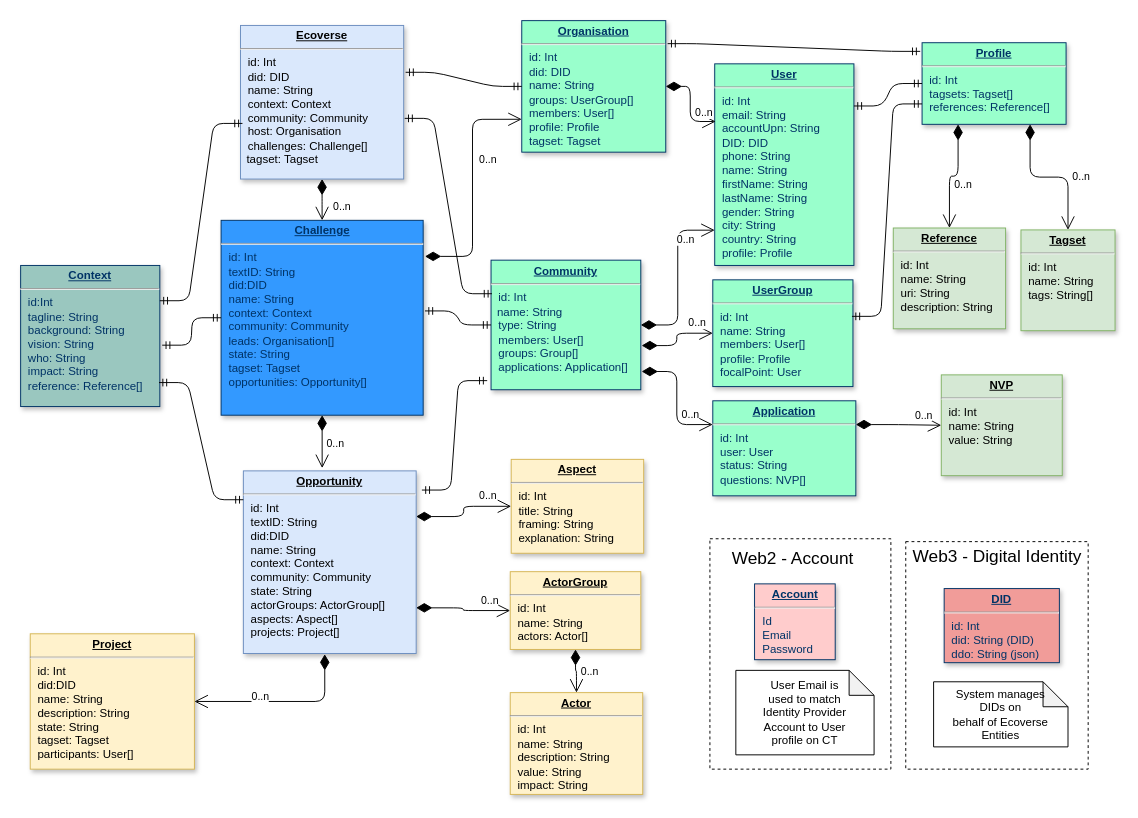
Above: docs/diagrams/LogicalDataModel.drawio in alkem-io/alkemio (draw.io), before the change. Source tidied: cells renumbered, new cells numbered last; positions are measured from the earlier drawing's top-left corner, leaving out a move shared by most shapes. Both pictures are drawn from the tidied source at 96%, with x=0, y=0 at pixel (20, 20).
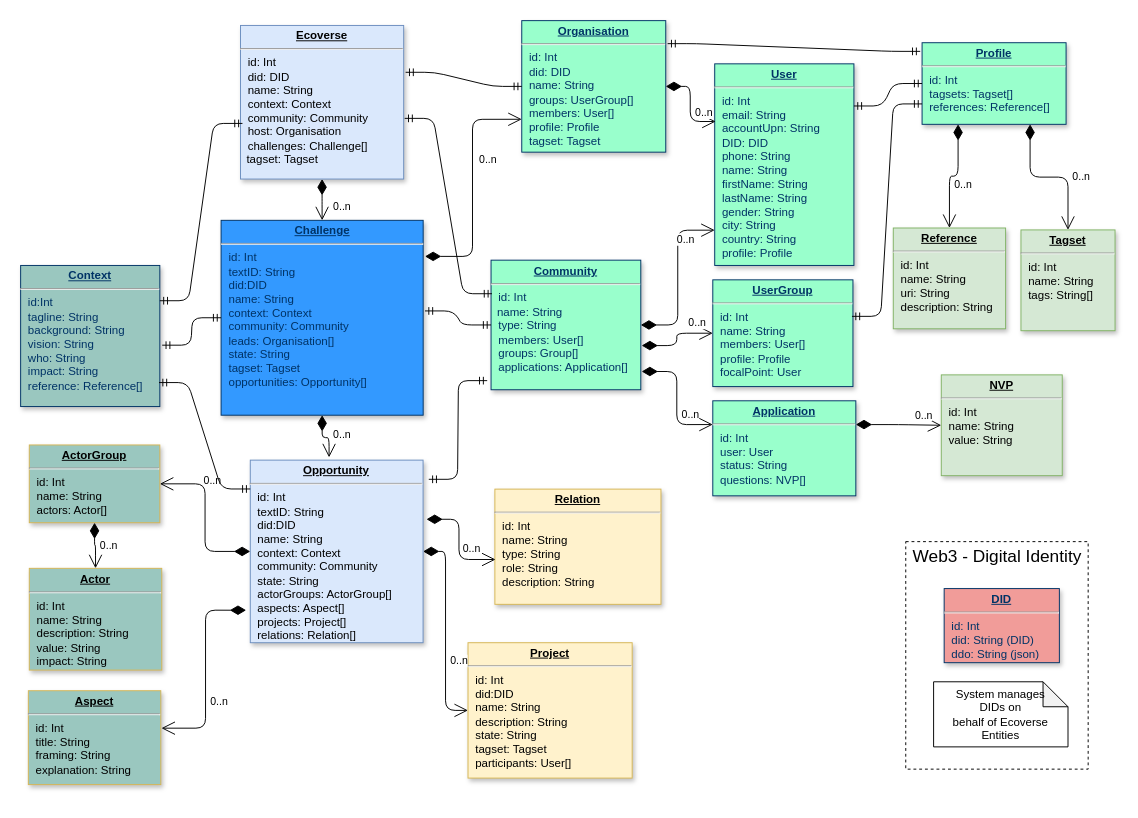
The same diagram, later.

The edit, as a diff of the source:
```diff
@@
-    <mxCell id="3" style="rounded=0;whiteSpace=wrap;html=1;dashed=1;" parent="1" vertex="1">
-      <mxGeometry x="718" y="539.7" width="188.5" height="240" as="geometry" />
-    </mxCell>
@@
     <mxCell id="5" value="&lt;p style=&quot;margin: 0px ; margin-top: 4px ; text-align: center ; text-decoration: underline&quot;&gt;&lt;strong&gt;Project&lt;/strong&gt;&lt;/p&gt;&lt;hr&gt;&lt;p style=&quot;margin: 0px ; margin-left: 8px&quot;&gt;id: Int&lt;/p&gt;&lt;p style=&quot;margin: 0px ; margin-left: 8px&quot;&gt;did:DID&lt;/p&gt;&lt;p style=&quot;margin: 0px ; margin-left: 8px&quot;&gt;name: String&lt;/p&gt;&lt;p style=&quot;margin: 0px ; margin-left: 8px&quot;&gt;description: String&lt;/p&gt;&lt;p style=&quot;margin: 0px ; margin-left: 8px&quot;&gt;state: String&lt;/p&gt;&lt;p style=&quot;margin: 0px ; margin-left: 8px&quot;&gt;tagset: Tagset&lt;br&gt;&lt;/p&gt;&lt;p style=&quot;margin: 0px ; margin-left: 8px&quot;&gt;participants: User[]&lt;/p&gt;" style="verticalAlign=top;align=left;overflow=fill;fontSize=12;fontFamily=Helvetica;html=1;strokeColor=#d6b656;shadow=1;fillColor=#fff2cc;" parent="1" vertex="1">
-      <mxGeometry x="10" y="638.7" width="171" height="141" as="geometry" />
+      <mxGeometry x="466" y="648" width="171" height="141" as="geometry" />
     </mxCell>
@@
-    <mxCell id="8" value="&lt;p style=&quot;margin: 0px ; margin-top: 4px ; text-align: center ; text-decoration: underline&quot;&gt;&lt;b&gt;Account&lt;/b&gt;&lt;/p&gt;&lt;hr&gt;&lt;p style=&quot;margin: 0px ; margin-left: 8px&quot;&gt;Id&lt;/p&gt;&lt;p style=&quot;margin: 0px ; margin-left: 8px&quot;&gt;Email&lt;/p&gt;&lt;p style=&quot;margin: 0px ; margin-left: 8px&quot;&gt;Password&lt;/p&gt;" style="verticalAlign=top;align=left;overflow=fill;fontSize=12;fontFamily=Helvetica;html=1;strokeColor=#003366;shadow=1;fillColor=#FFCCCC;fontColor=#003366;" parent="1" vertex="1">
-      <mxGeometry x="764.5" y="586.7" width="84" height="79" as="geometry" />
-    </mxCell>
@@
-    <mxCell id="16" value="0..n" style="endArrow=open;html=1;endSize=12;startArrow=diamondThin;startSize=14;startFill=1;edgeStyle=orthogonalEdgeStyle;align=left;verticalAlign=bottom;strokeWidth=1;exitX=0.471;exitY=1.004;exitDx=0;exitDy=0;exitPerimeter=0;" parent="1" edge="1" source="20" target="5">
+    <mxCell id="16" value="0..n" style="endArrow=open;html=1;endSize=12;startArrow=diamondThin;startSize=14;startFill=1;edgeStyle=orthogonalEdgeStyle;align=left;verticalAlign=bottom;strokeWidth=1;" parent="1" edge="1" source="20" target="5">
       <mxGeometry x="0.37" y="3" relative="1" as="geometry">
         <mxPoint y="1" as="offset" />
       </mxGeometry>
     </mxCell>
@@
-    <mxCell id="18" value="User Email is &lt;br&gt;used&amp;nbsp;to match &lt;br&gt;Identity Provider &lt;br&gt;Account to User &lt;br&gt;profile on CT" style="shape=note;whiteSpace=wrap;html=1;backgroundOutline=1;darkOpacity=0.05;size=26;" parent="1" vertex="1">
-      <mxGeometry x="745" y="676.8" width="144" height="88" as="geometry" />
-    </mxCell>
@@
-    <mxCell id="20" value="&lt;p style=&quot;margin: 0px ; margin-top: 4px ; text-align: center ; text-decoration: underline&quot;&gt;&lt;strong&gt;Opportunity&lt;/strong&gt;&lt;/p&gt;&lt;hr&gt;&lt;p style=&quot;margin: 0px ; margin-left: 8px&quot;&gt;id: Int&lt;/p&gt;&lt;p style=&quot;margin: 0px ; margin-left: 8px&quot;&gt;textID: String&lt;/p&gt;&lt;p style=&quot;margin: 0px ; margin-left: 8px&quot;&gt;did:DID&lt;/p&gt;&lt;p style=&quot;margin: 0px ; margin-left: 8px&quot;&gt;name: String&lt;/p&gt;&lt;p style=&quot;margin: 0px ; margin-left: 8px&quot;&gt;context: Context&lt;/p&gt;&lt;p style=&quot;margin: 0px ; margin-left: 8px&quot;&gt;community: Community&lt;/p&gt;&lt;p style=&quot;margin: 0px ; margin-left: 8px&quot;&gt;state: String&lt;/p&gt;&lt;p style=&quot;margin: 0px ; margin-left: 8px&quot;&gt;actorGroups: ActorGroup[]&lt;/p&gt;&lt;p style=&quot;margin: 0px ; margin-left: 8px&quot;&gt;&lt;span&gt;aspects: Aspect[]&lt;/span&gt;&lt;/p&gt;&lt;p style=&quot;margin: 0px ; margin-left: 8px&quot;&gt;&lt;span&gt;projects: Project[]&lt;/span&gt;&lt;/p&gt;" style="verticalAlign=top;align=left;overflow=fill;fontSize=12;fontFamily=Helvetica;html=1;strokeColor=#6c8ebf;shadow=1;fillColor=#dae8fc;" parent="1" vertex="1">
-      <mxGeometry x="232" y="469" width="180" height="190.2" as="geometry" />
+    <mxCell id="20" value="&lt;p style=&quot;margin: 0px ; margin-top: 4px ; text-align: center ; text-decoration: underline&quot;&gt;&lt;strong&gt;Opportunity&lt;/strong&gt;&lt;/p&gt;&lt;hr&gt;&lt;p style=&quot;margin: 0px ; margin-left: 8px&quot;&gt;id: Int&lt;/p&gt;&lt;p style=&quot;margin: 0px ; margin-left: 8px&quot;&gt;textID: String&lt;/p&gt;&lt;p style=&quot;margin: 0px ; margin-left: 8px&quot;&gt;did:DID&lt;/p&gt;&lt;p style=&quot;margin: 0px ; margin-left: 8px&quot;&gt;name: String&lt;/p&gt;&lt;p style=&quot;margin: 0px ; margin-left: 8px&quot;&gt;context: Context&lt;/p&gt;&lt;p style=&quot;margin: 0px ; margin-left: 8px&quot;&gt;community: Community&lt;/p&gt;&lt;p style=&quot;margin: 0px ; margin-left: 8px&quot;&gt;state: String&lt;/p&gt;&lt;p style=&quot;margin: 0px ; margin-left: 8px&quot;&gt;actorGroups: ActorGroup[]&lt;/p&gt;&lt;p style=&quot;margin: 0px ; margin-left: 8px&quot;&gt;&lt;span&gt;aspects: Aspect[]&lt;/span&gt;&lt;/p&gt;&lt;p style=&quot;margin: 0px ; margin-left: 8px&quot;&gt;&lt;span&gt;projects: Project[]&lt;/span&gt;&lt;/p&gt;&lt;p style=&quot;margin: 0px ; margin-left: 8px&quot;&gt;&lt;span&gt;relations: Relation[]&lt;/span&gt;&lt;/p&gt;" style="verticalAlign=top;align=left;overflow=fill;fontSize=12;fontFamily=Helvetica;html=1;strokeColor=#6c8ebf;shadow=1;fillColor=#dae8fc;" parent="1" vertex="1">
+      <mxGeometry x="239.2" y="457.8" width="180" height="190.2" as="geometry" />
     </mxCell>
-    <mxCell id="21" value="&lt;font style=&quot;font-size: 18px&quot;&gt;Web2 - Account&lt;/font&gt;" style="text;html=1;strokeColor=none;fillColor=none;align=center;verticalAlign=middle;whiteSpace=wrap;rounded=0;" parent="1" vertex="1">
-      <mxGeometry x="711" y="550.5" width="187" height="20" as="geometry" />
-    </mxCell>
@@
-    <mxCell id="28" value="&lt;p style=&quot;margin: 0px ; margin-top: 4px ; text-align: center ; text-decoration: underline&quot;&gt;&lt;strong&gt;ActorGroup&lt;/strong&gt;&lt;/p&gt;&lt;hr&gt;&lt;p style=&quot;margin: 0px ; margin-left: 8px&quot;&gt;id: Int&lt;/p&gt;&lt;p style=&quot;margin: 0px ; margin-left: 8px&quot;&gt;name: String&lt;/p&gt;&lt;p style=&quot;margin: 0px ; margin-left: 8px&quot;&gt;actors: Actor[]&lt;/p&gt;" style="verticalAlign=top;align=left;overflow=fill;fontSize=12;fontFamily=Helvetica;html=1;strokeColor=#d6b656;shadow=1;fillColor=#fff2cc;" parent="1" vertex="1">
-      <mxGeometry x="510" y="574" width="136" height="81" as="geometry" />
+    <mxCell id="28" value="&lt;p style=&quot;margin: 0px ; margin-top: 4px ; text-align: center ; text-decoration: underline&quot;&gt;&lt;strong&gt;ActorGroup&lt;/strong&gt;&lt;/p&gt;&lt;hr&gt;&lt;p style=&quot;margin: 0px ; margin-left: 8px&quot;&gt;id: Int&lt;/p&gt;&lt;p style=&quot;margin: 0px ; margin-left: 8px&quot;&gt;name: String&lt;/p&gt;&lt;p style=&quot;margin: 0px ; margin-left: 8px&quot;&gt;actors: Actor[]&lt;/p&gt;" style="verticalAlign=top;align=left;overflow=fill;fontSize=12;fontFamily=Helvetica;html=1;strokeColor=#d6b656;shadow=1;fillColor=#9AC7BF;" parent="1" vertex="1">
+      <mxGeometry x="9" y="442" width="136" height="81" as="geometry" />
     </mxCell>
-    <mxCell id="29" value="&lt;p style=&quot;margin: 0px ; margin-top: 4px ; text-align: center ; text-decoration: underline&quot;&gt;&lt;strong&gt;Actor&lt;/strong&gt;&lt;/p&gt;&lt;hr&gt;&lt;p style=&quot;margin: 0px ; margin-left: 8px&quot;&gt;id: Int&lt;/p&gt;&lt;p style=&quot;margin: 0px ; margin-left: 8px&quot;&gt;name: String&lt;/p&gt;&lt;p style=&quot;margin: 0px ; margin-left: 8px&quot;&gt;description: String&lt;/p&gt;&lt;p style=&quot;margin: 0px ; margin-left: 8px&quot;&gt;value: String&lt;/p&gt;&lt;p style=&quot;margin: 0px ; margin-left: 8px&quot;&gt;impact: String&lt;/p&gt;" style="verticalAlign=top;align=left;overflow=fill;fontSize=12;fontFamily=Helvetica;html=1;strokeColor=#d6b656;shadow=1;fillColor=#fff2cc;" parent="1" vertex="1">
-      <mxGeometry x="510" y="700" width="138" height="106" as="geometry" />
+    <mxCell id="29" value="&lt;p style=&quot;margin: 0px ; margin-top: 4px ; text-align: center ; text-decoration: underline&quot;&gt;&lt;strong&gt;Actor&lt;/strong&gt;&lt;/p&gt;&lt;hr&gt;&lt;p style=&quot;margin: 0px ; margin-left: 8px&quot;&gt;id: Int&lt;/p&gt;&lt;p style=&quot;margin: 0px ; margin-left: 8px&quot;&gt;name: String&lt;/p&gt;&lt;p style=&quot;margin: 0px ; margin-left: 8px&quot;&gt;description: String&lt;/p&gt;&lt;p style=&quot;margin: 0px ; margin-left: 8px&quot;&gt;value: String&lt;/p&gt;&lt;p style=&quot;margin: 0px ; margin-left: 8px&quot;&gt;impact: String&lt;/p&gt;" style="verticalAlign=top;align=left;overflow=fill;fontSize=12;fontFamily=Helvetica;html=1;strokeColor=#d6b656;shadow=1;fillColor=#9AC7BF;" parent="1" vertex="1">
+      <mxGeometry x="9" y="570.5" width="138" height="106" as="geometry" />
     </mxCell>
@@
-    <mxCell id="31" value="&lt;p style=&quot;margin: 0px ; margin-top: 4px ; text-align: center ; text-decoration: underline&quot;&gt;&lt;strong&gt;Aspect&lt;/strong&gt;&lt;/p&gt;&lt;hr&gt;&lt;p style=&quot;margin: 0px ; margin-left: 8px&quot;&gt;id: Int&lt;/p&gt;&lt;p style=&quot;margin: 0px ; margin-left: 8px&quot;&gt;title: String&lt;/p&gt;&lt;p style=&quot;margin: 0px ; margin-left: 8px&quot;&gt;framing: String&lt;/p&gt;&lt;p style=&quot;margin: 0px ; margin-left: 8px&quot;&gt;explanation: String&lt;br&gt;&lt;/p&gt;" style="verticalAlign=top;align=left;overflow=fill;fontSize=12;fontFamily=Helvetica;html=1;strokeColor=#d6b656;shadow=1;fillColor=#fff2cc;" parent="1" vertex="1">
-      <mxGeometry x="511" y="457" width="138" height="97.8" as="geometry" />
+    <mxCell id="31" value="&lt;p style=&quot;margin: 0px ; margin-top: 4px ; text-align: center ; text-decoration: underline&quot;&gt;&lt;strong&gt;Aspect&lt;/strong&gt;&lt;/p&gt;&lt;hr&gt;&lt;p style=&quot;margin: 0px ; margin-left: 8px&quot;&gt;id: Int&lt;/p&gt;&lt;p style=&quot;margin: 0px ; margin-left: 8px&quot;&gt;title: String&lt;/p&gt;&lt;p style=&quot;margin: 0px ; margin-left: 8px&quot;&gt;framing: String&lt;/p&gt;&lt;p style=&quot;margin: 0px ; margin-left: 8px&quot;&gt;explanation: String&lt;br&gt;&lt;/p&gt;" style="verticalAlign=top;align=left;overflow=fill;fontSize=12;fontFamily=Helvetica;html=1;strokeColor=#d6b656;shadow=1;fillColor=#9AC7BF;" parent="1" vertex="1">
+      <mxGeometry x="8" y="698" width="138" height="97.8" as="geometry" />
     </mxCell>
-    <mxCell id="32" value="0..n" style="endArrow=open;html=1;endSize=12;startArrow=diamondThin;startSize=14;startFill=1;edgeStyle=orthogonalEdgeStyle;align=left;verticalAlign=bottom;strokeWidth=1;exitX=1;exitY=0.75;exitDx=0;exitDy=0;" parent="1" edge="1" source="20" target="28">
+    <mxCell id="32" value="0..n" style="endArrow=open;html=1;endSize=12;startArrow=diamondThin;startSize=14;startFill=1;edgeStyle=orthogonalEdgeStyle;align=left;verticalAlign=bottom;strokeWidth=1;exitX=0;exitY=0.5;exitDx=0;exitDy=0;" parent="1" edge="1" source="20" target="28">
       <mxGeometry x="0.37" y="3" relative="1" as="geometry">
         <mxPoint y="1" as="offset" />
       </mxGeometry>
     </mxCell>
-    <mxCell id="33" value="0..n" style="endArrow=open;html=1;endSize=12;startArrow=diamondThin;startSize=14;startFill=1;edgeStyle=orthogonalEdgeStyle;align=left;verticalAlign=bottom;strokeWidth=1;exitX=1;exitY=0.25;exitDx=0;exitDy=0;entryX=0;entryY=0.5;entryDx=0;entryDy=0;" parent="1" edge="1" source="20" target="31">
+    <mxCell id="33" value="0..n" style="endArrow=open;html=1;endSize=12;startArrow=diamondThin;startSize=14;startFill=1;edgeStyle=orthogonalEdgeStyle;align=left;verticalAlign=bottom;strokeWidth=1;entryX=1.005;entryY=0.399;entryDx=0;entryDy=0;exitX=-0.024;exitY=0.822;exitDx=0;exitDy=0;exitPerimeter=0;entryPerimeter=0;" parent="1" edge="1" source="20" target="31">
       <mxGeometry x="0.37" y="3" relative="1" as="geometry">
         <mxPoint y="1" as="offset" />
       </mxGeometry>
     </mxCell>
@@
+    <mxCell id="52" value="&lt;p style=&quot;margin: 0px ; margin-top: 4px ; text-align: center ; text-decoration: underline&quot;&gt;&lt;b&gt;Relation&lt;/b&gt;&lt;/p&gt;&lt;hr&gt;&lt;p style=&quot;margin: 0px ; margin-left: 8px&quot;&gt;id: Int&lt;/p&gt;&lt;p style=&quot;margin: 0px ; margin-left: 8px&quot;&gt;&lt;span&gt;name: String&lt;/span&gt;&lt;br&gt;&lt;/p&gt;&lt;p style=&quot;margin: 0px ; margin-left: 8px&quot;&gt;type: String&lt;/p&gt;&lt;p style=&quot;margin: 0px ; margin-left: 8px&quot;&gt;role: String&lt;/p&gt;&lt;p style=&quot;margin: 0px ; margin-left: 8px&quot;&gt;description: String&lt;br&gt;&lt;/p&gt;" style="verticalAlign=top;align=left;overflow=fill;fontSize=12;fontFamily=Helvetica;html=1;strokeColor=#d6b656;shadow=1;fillColor=#fff2cc;" parent="1" vertex="1">
+      <mxGeometry x="494" y="488" width="173" height="120" as="geometry" />
+    </mxCell>
+    <mxCell id="53" value="0..n" style="endArrow=open;html=1;endSize=12;startArrow=diamondThin;startSize=14;startFill=1;edgeStyle=orthogonalEdgeStyle;align=left;verticalAlign=bottom;strokeWidth=1;exitX=1.02;exitY=0.324;exitDx=0;exitDy=0;exitPerimeter=0;entryX=0.004;entryY=0.611;entryDx=0;entryDy=0;entryPerimeter=0;" parent="1" edge="1" source="20" target="52">
+      <mxGeometry x="0.37" y="3" relative="1" as="geometry">
+        <mxPoint y="1" as="offset" />
+      </mxGeometry>
+    </mxCell>
```
